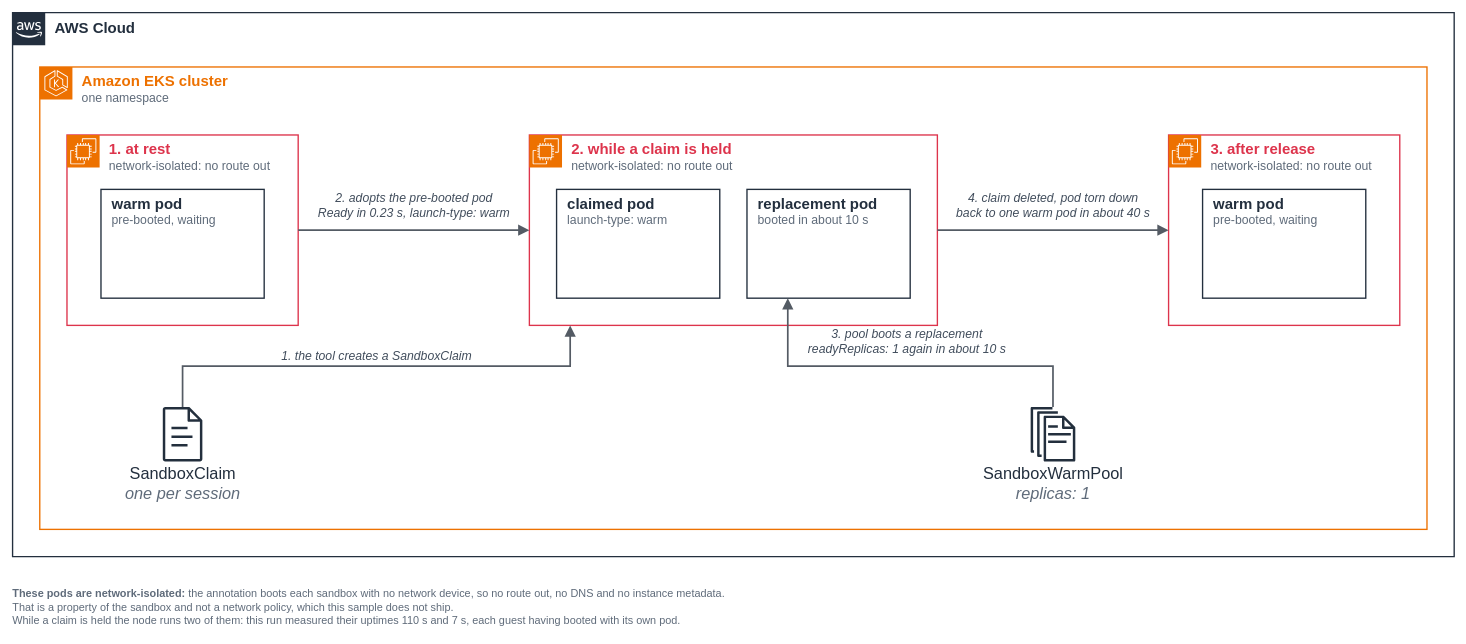
Above: examples/agent-sandbox/brain-and-hands/images/figure-2-claim-lifecycle.drawio in aws-samples/sample-eks-nitro-sandbox (draw.io), before the change. Source tidied: cells renumbered, new cells numbered last; positions are measured from the earlier drawing's top-left corner, leaving out a move shared by most shapes. Both pictures are drawn from the tidied source at 68%, with x=0, y=0 at pixel (12, 12).
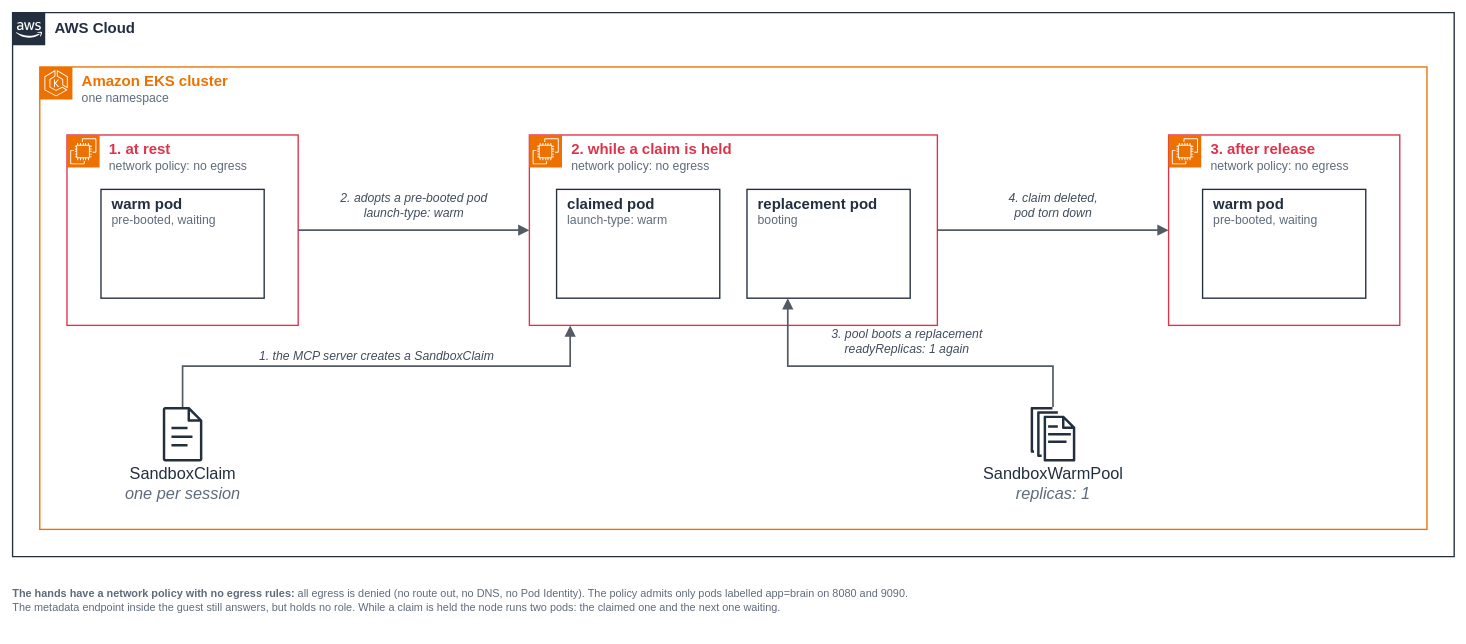
The same diagram, later.

Commit message (it also covers changes not shown here):
brain-and-hands: redraw figures 1 and 2 for the sandboxd wire

The change refers to these unchanged cells:
```xml
<mxCell id="15" value="&lt;div style=&quot;line-height:28.80px&quot;&gt;SandboxClaim&lt;/div&gt;&lt;div style=&quot;line-height:27.20px&quot;&gt;&lt;i&gt;&lt;span style=&quot;color:#5F6B7A&quot;&gt;one per session&lt;/span&gt;&lt;/i&gt;&lt;/div&gt;" style="sketch=0;outlineConnect=0;gradientColor=none;fillColor=#232F3D;strokeColor=none;dashed=0;verticalLabelPosition=bottom;verticalAlign=top;align=center;html=1;shape=mxgraph.aws4.document;spacing=0;fontSize=24;fontColor=#232F3E;fontStyle=0;fontFamily=Arial,Helvetica,sans-serif;" parent="1" vertex="1">
  <mxGeometry x="210" y="580" width="80" height="80" as="geometry" />
</mxCell>
<mxCell id="16" value="&lt;div style=&quot;line-height:28.80px&quot;&gt;SandboxWarmPool&lt;/div&gt;&lt;div style=&quot;line-height:27.20px&quot;&gt;&lt;i&gt;&lt;span style=&quot;color:#5F6B7A&quot;&gt;replicas: 1&lt;/span&gt;&lt;/i&gt;&lt;/div&gt;" style="sketch=0;outlineConnect=0;gradientColor=none;fillColor=#232F3D;strokeColor=none;dashed=0;verticalLabelPosition=bottom;verticalAlign=top;align=center;html=1;shape=mxgraph.aws4.documents;spacing=0;fontSize=24;fontColor=#232F3E;fontStyle=0;fontFamily=Arial,Helvetica,sans-serif;" parent="1" vertex="1">
  <mxGeometry x="1490" y="580" width="80" height="80" as="geometry" />
</mxCell>
```

Change to the diagram source:
```diff
@@
-    <mxCell id="5" value="&lt;div style=&quot;font-size:22px;line-height:26.40px&quot;&gt;1. at rest&lt;/div&gt;&lt;div style=&quot;font-size:18px;line-height:22px&quot;&gt;&lt;span style=&quot;font-weight:normal&quot;&gt;&lt;span style=&quot;color:#5F6B7A&quot;&gt;network-isolated: no route out&lt;/span&gt;&lt;/span&gt;&lt;/div&gt;" style="rounded=0;html=1;whiteSpace=nowrap;strokeColor=#DD344C;fillColor=none;strokeWidth=2;dashed=0;verticalAlign=top;align=left;spacing=0;spacingLeft=62;spacingTop=4;fontSize=14;fontStyle=1;fontColor=#DD344C;fontFamily=Arial,Helvetica,sans-serif;" parent="1" vertex="1">
+    <mxCell id="5" value="&lt;div style=&quot;font-size:22px;line-height:26.40px&quot;&gt;1. at rest&lt;/div&gt;&lt;div style=&quot;font-size:18px;line-height:22px&quot;&gt;&lt;span style=&quot;font-weight:normal&quot;&gt;&lt;span style=&quot;color:#5F6B7A&quot;&gt;network policy: no egress&lt;/span&gt;&lt;/span&gt;&lt;/div&gt;" style="rounded=0;html=1;whiteSpace=nowrap;strokeColor=#DD344C;fillColor=none;strokeWidth=2;dashed=0;verticalAlign=top;align=left;spacing=0;spacingLeft=62;spacingTop=4;fontSize=14;fontStyle=1;fontColor=#DD344C;fontFamily=Arial,Helvetica,sans-serif;" parent="1" vertex="1">
       <mxGeometry x="80" y="180" width="340" height="280" as="geometry" />
     </mxCell>
@@
-    <mxCell id="8" value="&lt;div style=&quot;font-size:22px;line-height:26.40px&quot;&gt;2. while a claim is held&lt;/div&gt;&lt;div style=&quot;font-size:18px;line-height:22px&quot;&gt;&lt;span style=&quot;font-weight:normal&quot;&gt;&lt;span style=&quot;color:#5F6B7A&quot;&gt;network-isolated: no route out&lt;/span&gt;&lt;/span&gt;&lt;/div&gt;" style="rounded=0;html=1;whiteSpace=nowrap;strokeColor=#DD344C;fillColor=none;strokeWidth=2;dashed=0;verticalAlign=top;align=left;spacing=0;spacingLeft=62;spacingTop=4;fontSize=14;fontStyle=1;fontColor=#DD344C;fontFamily=Arial,Helvetica,sans-serif;" parent="1" vertex="1">
+    <mxCell id="8" value="&lt;div style=&quot;font-size:22px;line-height:26.40px&quot;&gt;2. while a claim is held&lt;/div&gt;&lt;div style=&quot;font-size:18px;line-height:22px&quot;&gt;&lt;span style=&quot;font-weight:normal&quot;&gt;&lt;span style=&quot;color:#5F6B7A&quot;&gt;network policy: no egress&lt;/span&gt;&lt;/span&gt;&lt;/div&gt;" style="rounded=0;html=1;whiteSpace=nowrap;strokeColor=#DD344C;fillColor=none;strokeWidth=2;dashed=0;verticalAlign=top;align=left;spacing=0;spacingLeft=62;spacingTop=4;fontSize=14;fontStyle=1;fontColor=#DD344C;fontFamily=Arial,Helvetica,sans-serif;" parent="1" vertex="1">
       <mxGeometry x="760" y="180" width="600" height="280" as="geometry" />
     </mxCell>
@@
-    <mxCell id="11" value="&lt;div style=&quot;font-size:22px;line-height:26.40px&quot;&gt;replacement pod&lt;/div&gt;&lt;div style=&quot;font-size:18px;line-height:22px&quot;&gt;&lt;span style=&quot;font-weight:normal&quot;&gt;&lt;span style=&quot;color:#5F6B7A&quot;&gt;booted in about 10 s&lt;/span&gt;&lt;/span&gt;&lt;/div&gt;" style="rounded=0;html=1;whiteSpace=nowrap;strokeColor=#232F3E;fillColor=none;strokeWidth=2;dashed=0;verticalAlign=top;align=left;spacing=0;spacingLeft=16;spacingTop=4;fontSize=14;fontStyle=1;fontColor=#232F3E;fontFamily=Arial,Helvetica,sans-serif;" parent="1" vertex="1">
+    <mxCell id="11" value="&lt;div style=&quot;font-size:22px;line-height:26.40px&quot;&gt;replacement pod&lt;/div&gt;&lt;div style=&quot;font-size:18px;line-height:22px&quot;&gt;&lt;span style=&quot;font-weight:normal&quot;&gt;&lt;span style=&quot;color:#5F6B7A&quot;&gt;booting&lt;/span&gt;&lt;/span&gt;&lt;/div&gt;" style="rounded=0;html=1;whiteSpace=nowrap;strokeColor=#232F3E;fillColor=none;strokeWidth=2;dashed=0;verticalAlign=top;align=left;spacing=0;spacingLeft=16;spacingTop=4;fontSize=14;fontStyle=1;fontColor=#232F3E;fontFamily=Arial,Helvetica,sans-serif;" parent="1" vertex="1">
       <mxGeometry x="1080" y="260" width="240" height="160" as="geometry" />
     </mxCell>
-    <mxCell id="12" value="&lt;div style=&quot;font-size:22px;line-height:26.40px&quot;&gt;3. after release&lt;/div&gt;&lt;div style=&quot;font-size:18px;line-height:22px&quot;&gt;&lt;span style=&quot;font-weight:normal&quot;&gt;&lt;span style=&quot;color:#5F6B7A&quot;&gt;network-isolated: no route out&lt;/span&gt;&lt;/span&gt;&lt;/div&gt;" style="rounded=0;html=1;whiteSpace=nowrap;strokeColor=#DD344C;fillColor=none;strokeWidth=2;dashed=0;verticalAlign=top;align=left;spacing=0;spacingLeft=62;spacingTop=4;fontSize=14;fontStyle=1;fontColor=#DD344C;fontFamily=Arial,Helvetica,sans-serif;" parent="1" vertex="1">
+    <mxCell id="12" value="&lt;div style=&quot;font-size:22px;line-height:26.40px&quot;&gt;3. after release&lt;/div&gt;&lt;div style=&quot;font-size:18px;line-height:22px&quot;&gt;&lt;span style=&quot;font-weight:normal&quot;&gt;&lt;span style=&quot;color:#5F6B7A&quot;&gt;network policy: no egress&lt;/span&gt;&lt;/span&gt;&lt;/div&gt;" style="rounded=0;html=1;whiteSpace=nowrap;strokeColor=#DD344C;fillColor=none;strokeWidth=2;dashed=0;verticalAlign=top;align=left;spacing=0;spacingLeft=62;spacingTop=4;fontSize=14;fontStyle=1;fontColor=#DD344C;fontFamily=Arial,Helvetica,sans-serif;" parent="1" vertex="1">
       <mxGeometry x="1700" y="180" width="340" height="280" as="geometry" />
     </mxCell>
@@
-    <mxCell id="17" value="1. the tool creates a SandboxClaim" style="edgeStyle=orthogonalEdgeStyle;rounded=0;html=1;strokeColor=#545B64;strokeWidth=2.5;dashed=0;endArrow=block;endFill=1;endSize=10;startArrow=none;exitX=0.5;exitY=0;exitDx=0;exitDy=0;entryX=0.1;entryY=1;entryDx=0;entryDy=0;fontSize=18;fontStyle=2;fontColor=#414D5C;fontFamily=Arial,Helvetica,sans-serif;labelBackgroundColor=none;" parent="1" edge="1" source="15" target="8">
+    <mxCell id="17" value="1. the MCP server creates a SandboxClaim" style="edgeStyle=orthogonalEdgeStyle;rounded=0;html=1;strokeColor=#545B64;strokeWidth=2.5;dashed=0;endArrow=block;endFill=1;endSize=10;startArrow=none;exitX=0.5;exitY=0;exitDx=0;exitDy=0;entryX=0.1;entryY=1;entryDx=0;entryDy=0;fontSize=18;fontStyle=2;fontColor=#414D5C;fontFamily=Arial,Helvetica,sans-serif;labelBackgroundColor=none;" parent="1" edge="1" source="15" target="8">
       <mxGeometry relative="1" as="geometry">
         <Array as="points">
           <mxPoint x="250" y="520" />
           <mxPoint x="820" y="520" />
         </Array>
         <mxPoint y="-15" as="offset" />
       </mxGeometry>
     </mxCell>
-    <mxCell id="18" value="2. adopts the pre-booted pod&lt;br&gt;Ready in 0.23 s, launch-type: warm" style="edgeStyle=orthogonalEdgeStyle;rounded=0;html=1;strokeColor=#545B64;strokeWidth=2.5;dashed=0;endArrow=block;endFill=1;endSize=10;startArrow=none;exitX=1;exitY=0.5;exitDx=0;exitDy=0;entryX=0;entryY=0.5;entryDx=0;entryDy=0;fontSize=18;fontStyle=2;fontColor=#414D5C;fontFamily=Arial,Helvetica,sans-serif;labelBackgroundColor=none;" parent="1" edge="1" source="5" target="8">
+    <mxCell id="18" value="2. adopts a pre-booted pod&lt;br&gt;launch-type: warm" style="edgeStyle=orthogonalEdgeStyle;rounded=0;html=1;strokeColor=#545B64;strokeWidth=2.5;dashed=0;endArrow=block;endFill=1;endSize=10;startArrow=none;exitX=1;exitY=0.5;exitDx=0;exitDy=0;entryX=0;entryY=0.5;entryDx=0;entryDy=0;fontSize=18;fontStyle=2;fontColor=#414D5C;fontFamily=Arial,Helvetica,sans-serif;labelBackgroundColor=none;" parent="1" edge="1" source="5" target="8">
       <mxGeometry relative="1" as="geometry">
         <mxPoint y="-36" as="offset" />
       </mxGeometry>
     </mxCell>
-    <mxCell id="19" value="3. pool boots a replacement&lt;br&gt;readyReplicas: 1 again in about 10 s" style="edgeStyle=orthogonalEdgeStyle;rounded=0;html=1;strokeColor=#545B64;strokeWidth=2.5;dashed=0;endArrow=block;endFill=1;endSize=10;startArrow=none;exitX=0.5;exitY=0;exitDx=0;exitDy=0;entryX=0.25;entryY=1;entryDx=0;entryDy=0;fontSize=18;fontStyle=2;fontColor=#414D5C;fontFamily=Arial,Helvetica,sans-serif;labelBackgroundColor=none;" parent="1" edge="1" source="16" target="11">
+    <mxCell id="19" value="3. pool boots a replacement&lt;br&gt;readyReplicas: 1 again" style="edgeStyle=orthogonalEdgeStyle;rounded=0;html=1;strokeColor=#545B64;strokeWidth=2.5;dashed=0;endArrow=block;endFill=1;endSize=10;startArrow=none;exitX=0.5;exitY=0;exitDx=0;exitDy=0;entryX=0.25;entryY=1;entryDx=0;entryDy=0;fontSize=18;fontStyle=2;fontColor=#414D5C;fontFamily=Arial,Helvetica,sans-serif;labelBackgroundColor=none;" parent="1" edge="1" source="16" target="11">
       <mxGeometry relative="1" as="geometry">
         <Array as="points">
           <mxPoint x="1530" y="520" />
           <mxPoint x="1140" y="520" />
         </Array>
         <mxPoint y="-36" as="offset" />
       </mxGeometry>
     </mxCell>
-    <mxCell id="20" value="4. claim deleted, pod torn down&lt;br&gt;back to one warm pod in about 40 s" style="edgeStyle=orthogonalEdgeStyle;rounded=0;html=1;strokeColor=#545B64;strokeWidth=2.5;dashed=0;endArrow=block;endFill=1;endSize=10;startArrow=none;exitX=1;exitY=0.5;exitDx=0;exitDy=0;entryX=0;entryY=0.5;entryDx=0;entryDy=0;fontSize=18;fontStyle=2;fontColor=#414D5C;fontFamily=Arial,Helvetica,sans-serif;labelBackgroundColor=none;" parent="1" edge="1" source="8" target="12">
+    <mxCell id="20" value="4. claim deleted,&lt;br&gt;pod torn down" style="edgeStyle=orthogonalEdgeStyle;rounded=0;html=1;strokeColor=#545B64;strokeWidth=2.5;dashed=0;endArrow=block;endFill=1;endSize=10;startArrow=none;exitX=1;exitY=0.5;exitDx=0;exitDy=0;entryX=0;entryY=0.5;entryDx=0;entryDy=0;fontSize=18;fontStyle=2;fontColor=#414D5C;fontFamily=Arial,Helvetica,sans-serif;labelBackgroundColor=none;" parent="1" edge="1" source="8" target="12">
       <mxGeometry relative="1" as="geometry">
         <mxPoint y="-36" as="offset" />
       </mxGeometry>
     </mxCell>
-    <mxCell id="21" value="&lt;div style=&quot;line-height:20px&quot;&gt;&lt;b&gt;These pods are network-isolated:&lt;/b&gt; the annotation boots each sandbox with no network device, so no route out, no DNS and no instance metadata.&lt;/div&gt;&lt;div style=&quot;line-height:20px&quot;&gt;That is a property of the sandbox and not a network policy, which this sample does not ship.&lt;/div&gt;&lt;div style=&quot;line-height:20px&quot;&gt;While a claim is held the node runs two of them: this run measured their uptimes 110 s and 7 s, each guest having booted with its own pod.&lt;/div&gt;" style="text;html=1;whiteSpace=nowrap;strokeColor=none;fillColor=none;align=left;verticalAlign=top;spacing=0;fontSize=16;fontColor=#5F6B7A;fontFamily=Arial,Helvetica,sans-serif;" parent="1" vertex="1">
-      <mxGeometry y="840" width="1060" height="72" as="geometry" />
+    <mxCell id="21" value="&lt;div style=&quot;line-height:20px&quot;&gt;&lt;b&gt;The hands have a network policy with no egress rules:&lt;/b&gt; all egress is denied (no route out, no DNS, no Pod Identity). The policy admits only pods labelled app=brain on 8080 and 9090.&lt;/div&gt;&lt;div style=&quot;line-height:20px&quot;&gt;The metadata endpoint inside the guest still answers, but holds no role. While a claim is held the node runs two pods: the claimed one and the next one waiting.&lt;/div&gt;" style="text;html=1;whiteSpace=nowrap;strokeColor=none;fillColor=none;align=left;verticalAlign=top;spacing=0;fontSize=16;fontColor=#5F6B7A;fontFamily=Arial,Helvetica,sans-serif;" parent="1" vertex="1">
+      <mxGeometry y="840" width="1060" height="48" as="geometry" />
     </mxCell>
```
